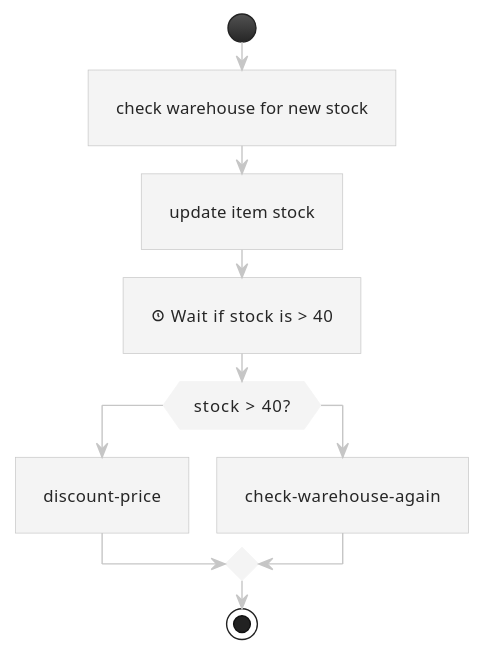
Earlier version of the PlantUML export example/check-warehouse.svg (sterlp/pmw).
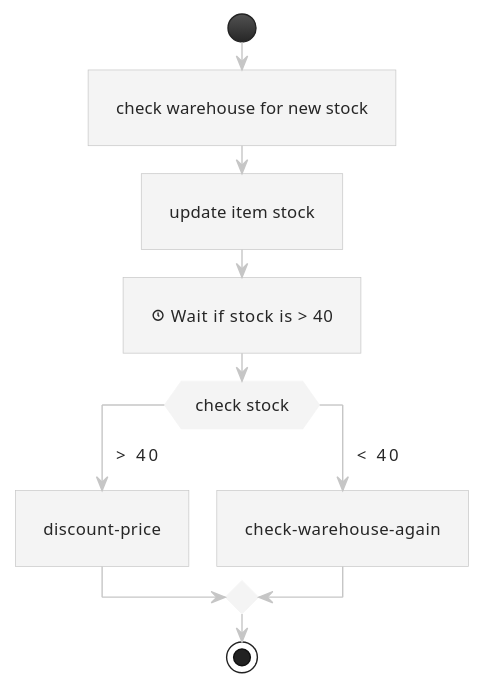
Above is the later version.

Diff of the diagram source:
```diff
@@ -4,10 +4,10 @@
 :check warehouse for new stock;
 :update item stock;
 :<&clock> Wait if stock is > 40;
-switch (stock > 40?)
-case ()
+switch (check stock)
+case (> 40)
 :discount-price;
-case ()
+case (< 40)
 :check-warehouse-again;
 endswitch
 stop
```
